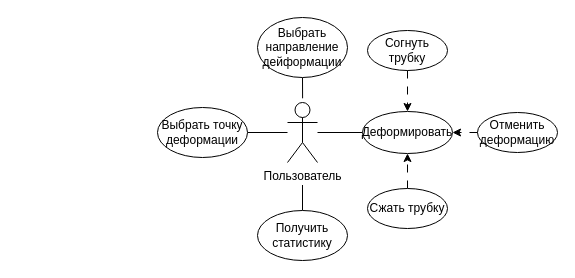
Earlier version of the draw.io diagram img/use-case.drawio (SashaKoretski/DB_coursework). Source tidied: cells renumbered, new cells numbered last; positions are measured from the earlier drawing's top-left corner, leaving out a move shared by most shapes. Both pictures are drawn from the tidied source at 100%, with x=0, y=0 at pixel (157, 17).
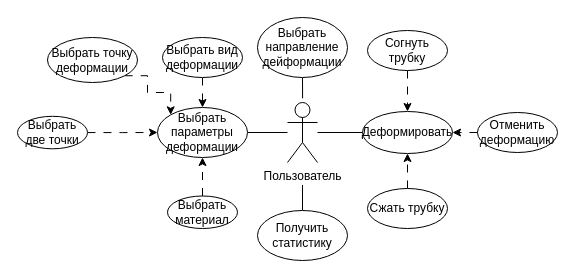
The same diagram, later.

The edit, as a diff of the source:
```diff
@@
-    <mxCell id="10" value="Выбрать точку деформации" style="ellipse;whiteSpace=wrap;html=1;" parent="1" vertex="1">
+    <mxCell id="10" value="Выбрать параметры деформации" style="ellipse;whiteSpace=wrap;html=1;" parent="1" vertex="1">
       <mxGeometry y="90" width="90" height="50" as="geometry" />
     </mxCell>
@@
+    <mxCell id="17" style="edgeStyle=orthogonalEdgeStyle;rounded=0;jettySize=auto;html=1;exitX=0.5;exitY=1;exitDx=0;exitDy=0;entryX=0.5;entryY=0;entryDx=0;entryDy=0;dashed=1;dashPattern=8 8;" parent="1" edge="1" source="18" target="10">
+      <mxGeometry relative="1" as="geometry" />
+    </mxCell>
+    <mxCell id="18" value="Выбрать вид деформации" style="ellipse;whiteSpace=wrap;html=1;" parent="1" vertex="1">
+      <mxGeometry x="5" y="20" width="80" height="40" as="geometry" />
+    </mxCell>
+    <mxCell id="19" style="edgeStyle=orthogonalEdgeStyle;rounded=0;jettySize=auto;html=1;exitX=1;exitY=1;exitDx=0;exitDy=0;entryX=0;entryY=0;entryDx=0;entryDy=0;dashed=1;dashPattern=8 8;" parent="1" edge="1" source="20" target="10">
+      <mxGeometry relative="1" as="geometry">
+        <Array as="points">
+          <mxPoint x="-10" y="58" />
+          <mxPoint x="-10" y="75" />
+          <mxPoint x="13" y="75" />
+        </Array>
+      </mxGeometry>
+    </mxCell>
+    <mxCell id="20" value="Выбрать точку деформации" style="ellipse;whiteSpace=wrap;html=1;" parent="1" vertex="1">
+      <mxGeometry x="-110" y="20" width="90" height="45" as="geometry" />
+    </mxCell>
+    <mxCell id="21" style="edgeStyle=orthogonalEdgeStyle;rounded=0;jettySize=auto;html=1;exitX=1;exitY=0.5;exitDx=0;exitDy=0;entryX=0;entryY=0.5;entryDx=0;entryDy=0;dashed=1;dashPattern=8 8;" parent="1" edge="1" source="22" target="10">
+      <mxGeometry relative="1" as="geometry" />
+    </mxCell>
+    <mxCell id="22" value="Выбрать две точки" style="ellipse;whiteSpace=wrap;html=1;" parent="1" vertex="1">
+      <mxGeometry x="-140" y="98.8" width="70" height="32.5" as="geometry" />
+    </mxCell>
+    <mxCell id="23" style="edgeStyle=orthogonalEdgeStyle;rounded=0;jettySize=auto;html=1;exitX=0.5;exitY=0;exitDx=0;exitDy=0;entryX=0.5;entryY=1;entryDx=0;entryDy=0;dashed=1;dashPattern=8 8;" parent="1" edge="1" source="24" target="10">
+      <mxGeometry relative="1" as="geometry" />
+    </mxCell>
+    <mxCell id="24" value="Выбрать материал" style="ellipse;whiteSpace=wrap;html=1;" parent="1" vertex="1">
+      <mxGeometry x="10" y="178.5" width="70" height="32.5" as="geometry" />
+    </mxCell>
```
